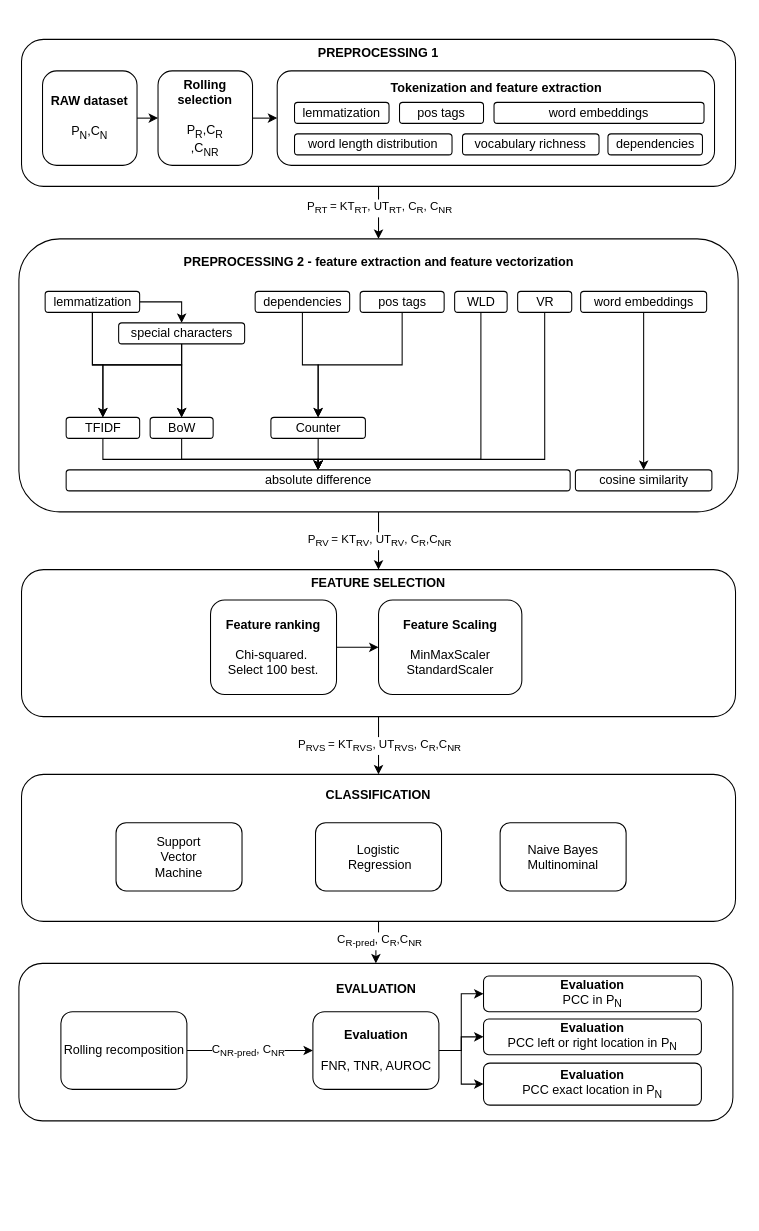
Earlier version of the draw.io diagram Untitled Diagram.drawio (lassemik-stud/Master). Source tidied: cells renumbered, new cells numbered last; positions are measured from the earlier drawing's top-left corner, leaving out a move shared by most shapes. Both pictures are drawn from the tidied source at 105%, with x=0, y=0 at pixel (19, 39).
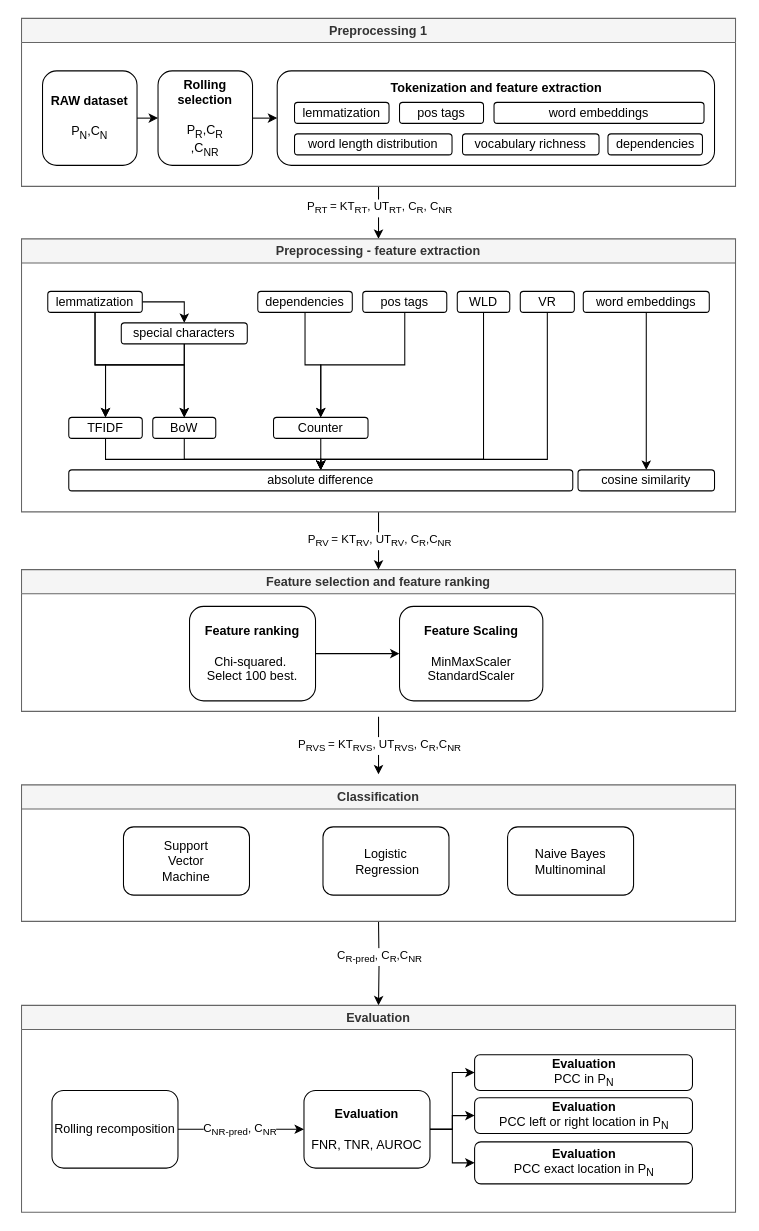
The same page after the edit.

The edit, as a diff of the source:
```diff
@@
-    <mxCell id="2" style="edgeStyle=orthogonalEdgeStyle;rounded=0;jettySize=auto;html=1;exitX=0.5;exitY=1;exitDx=0;exitDy=0;entryX=0.5;entryY=0;entryDx=0;entryDy=0;" parent="1" edge="1" source="4" target="19">
-      <mxGeometry relative="1" as="geometry" />
+    <mxCell id="2" style="edgeStyle=orthogonalEdgeStyle;rounded=0;jettySize=auto;html=1;entryX=0.5;entryY=0;entryDx=0;entryDy=0;exitX=0.5;exitY=1;exitDx=0;exitDy=0;" parent="1" edge="1" source="72">
+      <mxGeometry relative="1" as="geometry">
+        <mxPoint x="342" y="190" as="targetPoint" />
+      </mxGeometry>
     </mxCell>
@@
-    <mxCell id="4" value="&lt;div align=&quot;center&quot;&gt;&lt;b&gt;PREPROCESSING 1&lt;br&gt;&lt;/b&gt;&lt;/div&gt;&lt;div align=&quot;center&quot;&gt;&lt;b&gt;&lt;br&gt;&lt;/b&gt;&lt;/div&gt;&lt;div align=&quot;center&quot;&gt;&lt;b&gt;&lt;br&gt;&lt;/b&gt;&lt;/div&gt;&lt;div align=&quot;center&quot;&gt;&lt;b&gt;&lt;br&gt;&lt;/b&gt;&lt;/div&gt;&lt;div align=&quot;center&quot;&gt;&lt;b&gt;&lt;br&gt;&lt;/b&gt;&lt;/div&gt;&lt;div&gt;&lt;b&gt;&lt;br&gt;&lt;/b&gt;&lt;/div&gt;&lt;div&gt;&lt;b&gt;&lt;br&gt;&lt;/b&gt;&lt;/div&gt;&lt;div&gt;&lt;b&gt;&lt;br&gt;&lt;/b&gt;&lt;/div&gt;&lt;div&gt;&lt;b&gt;&lt;br&gt;&lt;/b&gt;&lt;/div&gt;" style="rounded=1;whiteSpace=wrap;html=1;" parent="1" vertex="1">
-      <mxGeometry x="2" width="680" height="140" as="geometry" />
-    </mxCell>
@@
-    <mxCell id="16" style="edgeStyle=orthogonalEdgeStyle;rounded=0;jettySize=auto;html=1;exitX=0.5;exitY=1;exitDx=0;exitDy=0;entryX=0.5;entryY=0;entryDx=0;entryDy=0;" parent="1" edge="1" source="19" target="46">
-      <mxGeometry relative="1" as="geometry" />
+    <mxCell id="16" style="edgeStyle=orthogonalEdgeStyle;rounded=0;orthogonalLoop=1;jettySize=auto;html=1;exitX=0.5;exitY=1;exitDx=0;exitDy=0;entryX=0.5;entryY=0;entryDx=0;entryDy=0;" parent="1" edge="1">
+      <mxGeometry relative="1" as="geometry">
+        <mxPoint x="342" y="450" as="sourcePoint" />
+        <mxPoint x="342" y="505" as="targetPoint" />
+      </mxGeometry>
     </mxCell>
@@
     <mxCell id="18" style="group;" parent="1" vertex="1">
-      <mxGeometry x="-0.5" y="190" width="685" height="260" as="geometry" />
+      <mxGeometry x="2" y="190" width="685" height="260" as="geometry" />
     </mxCell>
-    <mxCell id="19" value="&lt;div&gt;&lt;b&gt;PREPROCESSING 2 - feature extraction and feature vectorization&lt;br&gt;&lt;/b&gt;&lt;/div&gt;&lt;div&gt;&lt;b&gt;&lt;br&gt;&lt;/b&gt;&lt;/div&gt;&lt;div&gt;&lt;b&gt;&lt;br&gt;&lt;/b&gt;&lt;/div&gt;&lt;div&gt;&lt;b&gt;&lt;br&gt;&lt;/b&gt;&lt;/div&gt;&lt;div&gt;&lt;b&gt;&lt;br&gt;&lt;/b&gt;&lt;/div&gt;&lt;div&gt;&lt;b&gt;&lt;br&gt;&lt;/b&gt;&lt;/div&gt;&lt;div&gt;&lt;b&gt;&lt;br&gt;&lt;/b&gt;&lt;/div&gt;&lt;div&gt;&lt;b&gt;&lt;br&gt;&lt;/b&gt;&lt;/div&gt;&lt;div&gt;&lt;b&gt;&lt;br&gt;&lt;/b&gt;&lt;/div&gt;&lt;div&gt;&lt;b&gt;&lt;br&gt;&lt;/b&gt;&lt;/div&gt;&lt;div&gt;&lt;b&gt;&lt;br&gt;&lt;/b&gt;&lt;/div&gt;&lt;div&gt;&lt;b&gt;&lt;br&gt;&lt;/b&gt;&lt;/div&gt;&lt;div&gt;&lt;b&gt;&lt;br&gt;&lt;/b&gt;&lt;/div&gt;&lt;div&gt;&lt;b&gt;&lt;br&gt;&lt;/b&gt;&lt;/div&gt;&lt;div&gt;&lt;b&gt;&lt;br&gt;&lt;/b&gt;&lt;/div&gt;&lt;div&gt;&lt;b&gt;&lt;br&gt;&lt;/b&gt;&lt;/div&gt;" style="rounded=1;whiteSpace=wrap;html=1;" parent="18" vertex="1">
-      <mxGeometry width="685" height="260" as="geometry" />
-    </mxCell>
@@
-    <mxCell id="45" style="group;" parent="1" vertex="1">
-      <mxGeometry x="2" y="505" width="680" height="140" as="geometry" />
-    </mxCell>
-    <mxCell id="46" value="&lt;div align=&quot;center&quot;&gt;&lt;b&gt;FEATURE SELECTION&lt;br&gt;&lt;/b&gt;&lt;/div&gt;&lt;div align=&quot;center&quot;&gt;&lt;b&gt;&lt;br&gt;&lt;/b&gt;&lt;/div&gt;&lt;div align=&quot;center&quot;&gt;&lt;b&gt;&lt;br&gt;&lt;/b&gt;&lt;/div&gt;&lt;div align=&quot;center&quot;&gt;&lt;b&gt;&lt;br&gt;&lt;/b&gt;&lt;/div&gt;&lt;div align=&quot;center&quot;&gt;&lt;b&gt;&lt;br&gt;&lt;/b&gt;&lt;/div&gt;&lt;div&gt;&lt;b&gt;&lt;br&gt;&lt;/b&gt;&lt;/div&gt;&lt;div&gt;&lt;b&gt;&lt;br&gt;&lt;/b&gt;&lt;/div&gt;&lt;div&gt;&lt;b&gt;&lt;br&gt;&lt;/b&gt;&lt;/div&gt;&lt;div&gt;&lt;b&gt;&lt;br&gt;&lt;/b&gt;&lt;/div&gt;" style="rounded=1;whiteSpace=wrap;html=1;" parent="45" vertex="1">
-      <mxGeometry width="680" height="140" as="geometry" />
-    </mxCell>
-    <mxCell id="47" style="edgeStyle=orthogonalEdgeStyle;rounded=0;jettySize=auto;html=1;exitX=1;exitY=0.5;exitDx=0;exitDy=0;entryX=0;entryY=0.5;entryDx=0;entryDy=0;" parent="45" edge="1" source="48" target="49">
-      <mxGeometry relative="1" as="geometry" />
-    </mxCell>
+    <mxCell id="71" value="Preprocessing - feature extraction" style="swimlane;whiteSpace=wrap;html=1;fillColor=#f5f5f5;fontColor=#333333;strokeColor=#666666;" parent="18" vertex="1">
+      <mxGeometry width="680" height="260" as="geometry" />
+    </mxCell>
+    <mxCell id="55" style="edgeStyle=orthogonalEdgeStyle;rounded=0;orthogonalLoop=1;jettySize=auto;html=1;exitX=0.5;exitY=1;exitDx=0;exitDy=0;entryX=0.5;entryY=0;entryDx=0;entryDy=0;" parent="1" edge="1">
+      <mxGeometry relative="1" as="geometry">
+        <mxPoint x="342" y="645" as="sourcePoint" />
+        <mxPoint x="342" y="700" as="targetPoint" />
+      </mxGeometry>
+    </mxCell>
+    <mxCell id="56" value="P&lt;sub&gt;RVS &lt;/sub&gt;= KT&lt;sub&gt;RVS&lt;/sub&gt;, UT&lt;sub&gt;RVS&lt;/sub&gt;, C&lt;sub&gt;R&lt;/sub&gt;,C&lt;sub&gt;NR&lt;/sub&gt;" style="edgeLabel;html=1;align=center;verticalAlign=middle;" parent="55" vertex="1">
+      <mxGeometry x="-0.02" relative="1" as="geometry" />
+    </mxCell>
+    <mxCell id="69" style="edgeStyle=orthogonalEdgeStyle;rounded=0;jettySize=auto;html=1;exitX=0.5;exitY=1;exitDx=0;exitDy=0;entryX=0.5;entryY=0;entryDx=0;entryDy=0;" parent="1" edge="1" target="75">
+      <mxGeometry relative="1" as="geometry">
+        <mxPoint x="342" y="840" as="sourcePoint" />
+      </mxGeometry>
+    </mxCell>
+    <mxCell id="70" value="C&lt;sub&gt;R-pred&lt;/sub&gt;, C&lt;sub&gt;R&lt;/sub&gt;,C&lt;sub&gt;NR&lt;/sub&gt;" style="edgeLabel;html=1;align=center;verticalAlign=middle;" parent="69" vertex="1">
+      <mxGeometry x="-0.15" relative="1" as="geometry" />
+    </mxCell>
+    <mxCell id="72" value="Preprocessing 1" style="swimlane;whiteSpace=wrap;html=1;startSize=23;fillColor=#f5f5f5;fontColor=#333333;strokeColor=#666666;" parent="1" vertex="1">
+      <mxGeometry x="2" y="-20" width="680" height="160" as="geometry" />
+    </mxCell>
+    <mxCell id="73" value="Feature selection and feature ranking" style="swimlane;whiteSpace=wrap;html=1;fillColor=#f5f5f5;fontColor=#333333;strokeColor=#666666;" parent="1" vertex="1">
+      <mxGeometry x="2" y="505" width="680" height="135" as="geometry" />
+    </mxCell>
-    <mxCell id="48" value="&lt;div&gt;&lt;b&gt;Feature ranking&lt;/b&gt;&lt;br&gt;&lt;/div&gt;&lt;div&gt;&lt;br&gt;&lt;/div&gt;&lt;div&gt;Chi-squared.&amp;nbsp;&lt;/div&gt;&lt;div&gt;Select 100 best.&lt;br&gt;&lt;/div&gt;" style="rounded=1;whiteSpace=wrap;html=1;" parent="45" vertex="1">
-      <mxGeometry x="180" y="29" width="120" height="90" as="geometry" />
+    <mxCell id="48" value="&lt;div&gt;&lt;b&gt;Feature ranking&lt;/b&gt;&lt;br&gt;&lt;/div&gt;&lt;div&gt;&lt;br&gt;&lt;/div&gt;&lt;div&gt;Chi-squared.&amp;nbsp;&lt;/div&gt;&lt;div&gt;Select 100 best.&lt;br&gt;&lt;/div&gt;" style="rounded=1;whiteSpace=wrap;html=1;" parent="73" vertex="1">
+      <mxGeometry x="160" y="35" width="120" height="90" as="geometry" />
     </mxCell>
-    <mxCell id="49" value="&lt;div&gt;&lt;b&gt;Feature Scaling&lt;/b&gt;&lt;br&gt;&lt;/div&gt;&lt;div&gt;&lt;br&gt;&lt;/div&gt;&lt;div&gt;MinMaxScaler&lt;/div&gt;&lt;div&gt;StandardScaler&lt;br&gt;&lt;/div&gt;" style="rounded=1;whiteSpace=wrap;html=1;" parent="45" vertex="1">
-      <mxGeometry x="340" y="29" width="136.5" height="90" as="geometry" />
+    <mxCell id="49" value="&lt;div&gt;&lt;b&gt;Feature Scaling&lt;/b&gt;&lt;br&gt;&lt;/div&gt;&lt;div&gt;&lt;br&gt;&lt;/div&gt;&lt;div&gt;MinMaxScaler&lt;/div&gt;&lt;div&gt;StandardScaler&lt;br&gt;&lt;/div&gt;" style="rounded=1;whiteSpace=wrap;html=1;" parent="73" vertex="1">
+      <mxGeometry x="360" y="35" width="136.5" height="90" as="geometry" />
     </mxCell>
-    <mxCell id="50" style="group;" parent="1" vertex="1">
-      <mxGeometry x="2" y="700" width="680" height="140" as="geometry" />
-    </mxCell>
-    <mxCell id="51" value="&lt;div&gt;&lt;b&gt;CLASSIFICATION&lt;/b&gt;&lt;/div&gt;&lt;div&gt;&lt;br&gt;&lt;/div&gt;&lt;div&gt;&lt;br&gt;&lt;/div&gt;&lt;div&gt;&lt;br&gt;&lt;/div&gt;&lt;div&gt;&lt;br&gt;&lt;/div&gt;&lt;div&gt;&lt;br&gt;&lt;/div&gt;&lt;div&gt;&lt;br&gt;&lt;/div&gt;&lt;div&gt;&lt;br&gt;&lt;/div&gt;" style="rounded=1;whiteSpace=wrap;html=1;" parent="50" vertex="1">
-      <mxGeometry width="680" height="140" as="geometry" />
-    </mxCell>
+    <mxCell id="47" style="edgeStyle=orthogonalEdgeStyle;rounded=0;jettySize=auto;html=1;exitX=1;exitY=0.5;exitDx=0;exitDy=0;entryX=0;entryY=0.5;entryDx=0;entryDy=0;" parent="73" edge="1" source="48" target="49">
+      <mxGeometry relative="1" as="geometry" />
+    </mxCell>
+    <mxCell id="74" value="Classification" style="swimlane;whiteSpace=wrap;html=1;fillColor=#f5f5f5;fontColor=#333333;strokeColor=#666666;" parent="1" vertex="1">
+      <mxGeometry x="2" y="710" width="680" height="130" as="geometry" />
+    </mxCell>
-    <mxCell id="52" value="&lt;div&gt;Support&lt;/div&gt;&lt;div&gt;Vector&lt;/div&gt;&lt;div&gt;Machine&lt;/div&gt;" style="rounded=1;whiteSpace=wrap;html=1;" parent="50" vertex="1">
-      <mxGeometry x="90" y="46" width="120" height="65" as="geometry" />
+    <mxCell id="52" value="&lt;div&gt;Support&lt;/div&gt;&lt;div&gt;Vector&lt;/div&gt;&lt;div&gt;Machine&lt;/div&gt;" style="rounded=1;whiteSpace=wrap;html=1;" parent="74" vertex="1">
+      <mxGeometry x="97.1" y="40" width="120" height="65" as="geometry" />
     </mxCell>
-    <mxCell id="53" value="&lt;div&gt;Logistic&lt;/div&gt;&lt;div&gt;&amp;nbsp;Regression&lt;/div&gt;" style="rounded=1;whiteSpace=wrap;html=1;" parent="50" vertex="1">
-      <mxGeometry x="280" y="46" width="120" height="65" as="geometry" />
+    <mxCell id="53" value="&lt;div&gt;Logistic&lt;/div&gt;&lt;div&gt;&amp;nbsp;Regression&lt;/div&gt;" style="rounded=1;whiteSpace=wrap;html=1;" parent="74" vertex="1">
+      <mxGeometry x="287.1" y="40" width="120" height="65" as="geometry" />
     </mxCell>
-    <mxCell id="54" value="&lt;div&gt;Naive Bayes&lt;/div&gt;&lt;div&gt;Multinominal&lt;br&gt;&lt;/div&gt;" style="rounded=1;whiteSpace=wrap;html=1;" parent="50" vertex="1">
-      <mxGeometry x="455.8" y="46" width="120" height="65" as="geometry" />
+    <mxCell id="54" value="&lt;div&gt;Naive Bayes&lt;/div&gt;&lt;div&gt;Multinominal&lt;br&gt;&lt;/div&gt;" style="rounded=1;whiteSpace=wrap;html=1;" parent="74" vertex="1">
+      <mxGeometry x="462.9" y="40" width="120" height="65" as="geometry" />
     </mxCell>
-    <mxCell id="55" style="edgeStyle=orthogonalEdgeStyle;rounded=0;jettySize=auto;html=1;exitX=0.5;exitY=1;exitDx=0;exitDy=0;entryX=0.5;entryY=0;entryDx=0;entryDy=0;" parent="1" edge="1" source="46" target="51">
-      <mxGeometry relative="1" as="geometry" />
-    </mxCell>
-    <mxCell id="56" value="P&lt;sub&gt;RVS &lt;/sub&gt;= KT&lt;sub&gt;RVS&lt;/sub&gt;, UT&lt;sub&gt;RVS&lt;/sub&gt;, C&lt;sub&gt;R&lt;/sub&gt;,C&lt;sub&gt;NR&lt;/sub&gt;" style="edgeLabel;html=1;align=center;verticalAlign=middle;" parent="55" vertex="1">
-      <mxGeometry x="-0.02" relative="1" as="geometry" />
-    </mxCell>
-    <mxCell id="57" style="group;" parent="1" vertex="1">
-      <mxGeometry x="-0.5" y="880" width="680" height="173" as="geometry" />
-    </mxCell>
-    <mxCell id="58" value="&lt;div&gt;&lt;b&gt;EVALUATION&lt;/b&gt;&lt;/div&gt;&lt;div&gt;&lt;b&gt;&lt;br&gt;&lt;/b&gt;&lt;/div&gt;&lt;div&gt;&lt;b&gt;&lt;br&gt;&lt;/b&gt;&lt;/div&gt;&lt;div&gt;&lt;b&gt;&lt;br&gt;&lt;/b&gt;&lt;/div&gt;&lt;div&gt;&lt;b&gt;&lt;br&gt;&lt;/b&gt;&lt;/div&gt;&lt;div&gt;&lt;b&gt;&lt;br&gt;&lt;/b&gt;&lt;/div&gt;&lt;div&gt;&lt;b&gt;&lt;br&gt;&lt;/b&gt;&lt;/div&gt;&lt;div&gt;&lt;b&gt;&lt;br&gt;&lt;/b&gt;&lt;/div&gt;" style="rounded=1;whiteSpace=wrap;html=1;" parent="57" vertex="1">
-      <mxGeometry width="680" height="150" as="geometry" />
-    </mxCell>
-    <mxCell id="59" style="edgeStyle=orthogonalEdgeStyle;rounded=0;jettySize=auto;html=1;entryX=0;entryY=0.5;entryDx=0;entryDy=0;" parent="57" edge="1" source="61" target="65">
-      <mxGeometry relative="1" as="geometry" />
-    </mxCell>
-    <mxCell id="60" value="C&lt;sub&gt;NR-pred&lt;/sub&gt;, C&lt;sub&gt;NR&lt;/sub&gt;" style="edgeLabel;html=1;align=center;verticalAlign=middle;" parent="59" vertex="1">
-      <mxGeometry x="-0.22" relative="1" as="geometry">
-        <mxPoint x="11" as="offset" />
-      </mxGeometry>
-    </mxCell>
+    <mxCell id="75" value="Evaluation" style="swimlane;whiteSpace=wrap;html=1;fillColor=#f5f5f5;fontColor=#333333;strokeColor=#666666;" parent="1" vertex="1">
+      <mxGeometry x="2" y="920" width="680" height="197" as="geometry" />
+    </mxCell>
-    <mxCell id="61" value="Rolling recomposition" style="rounded=1;whiteSpace=wrap;html=1;" parent="57" vertex="1">
-      <mxGeometry x="40" y="46" width="120" height="74" as="geometry" />
+    <mxCell id="61" value="Rolling recomposition" style="rounded=1;whiteSpace=wrap;html=1;" parent="75" vertex="1">
+      <mxGeometry x="29" y="81" width="120" height="74" as="geometry" />
     </mxCell>
-    <mxCell id="62" style="edgeStyle=orthogonalEdgeStyle;rounded=0;jettySize=auto;html=1;entryX=0;entryY=0.5;entryDx=0;entryDy=0;" parent="57" edge="1" source="65" target="66">
-      <mxGeometry relative="1" as="geometry" />
-    </mxCell>
-    <mxCell id="63" style="edgeStyle=orthogonalEdgeStyle;rounded=0;jettySize=auto;html=1;entryX=0;entryY=0.5;entryDx=0;entryDy=0;" parent="57" edge="1" source="65" target="67">
-      <mxGeometry relative="1" as="geometry" />
-    </mxCell>
-    <mxCell id="64" style="edgeStyle=orthogonalEdgeStyle;rounded=0;jettySize=auto;html=1;entryX=0;entryY=0.5;entryDx=0;entryDy=0;" parent="57" edge="1" source="65" target="68">
-      <mxGeometry relative="1" as="geometry" />
-    </mxCell>
-    <mxCell id="65" value="&lt;div&gt;&lt;b&gt;Evaluation&lt;/b&gt;&lt;/div&gt;&lt;div&gt;&lt;b&gt;&lt;br&gt;&lt;/b&gt;&lt;/div&gt;&lt;div&gt;FNR, TNR, AUROC&lt;br&gt;&lt;/div&gt;" style="rounded=1;whiteSpace=wrap;html=1;" parent="57" vertex="1">
-      <mxGeometry x="280" y="46" width="120" height="74" as="geometry" />
+    <mxCell id="65" value="&lt;div&gt;&lt;b&gt;Evaluation&lt;/b&gt;&lt;/div&gt;&lt;div&gt;&lt;b&gt;&lt;br&gt;&lt;/b&gt;&lt;/div&gt;&lt;div&gt;FNR, TNR, AUROC&lt;br&gt;&lt;/div&gt;" style="rounded=1;whiteSpace=wrap;html=1;" parent="75" vertex="1">
+      <mxGeometry x="269" y="81" width="120" height="74" as="geometry" />
     </mxCell>
-    <mxCell id="66" value="&lt;div&gt;&lt;b&gt;Evaluation&lt;/b&gt;&lt;/div&gt;&lt;div&gt;PCC in P&lt;sub&gt;N&lt;/sub&gt;&lt;br&gt;&lt;/div&gt;" style="rounded=1;whiteSpace=wrap;html=1;" parent="57" vertex="1">
-      <mxGeometry x="442.5" y="12" width="207.5" height="34" as="geometry" />
+    <mxCell id="66" value="&lt;div&gt;&lt;b&gt;Evaluation&lt;/b&gt;&lt;/div&gt;&lt;div&gt;PCC in P&lt;sub&gt;N&lt;/sub&gt;&lt;br&gt;&lt;/div&gt;" style="rounded=1;whiteSpace=wrap;html=1;" parent="75" vertex="1">
+      <mxGeometry x="431.5" y="47" width="207.5" height="34" as="geometry" />
     </mxCell>
-    <mxCell id="67" value="&lt;div&gt;&lt;b&gt;Evaluation&lt;/b&gt;&lt;/div&gt;&lt;div&gt;PCC left or right location in P&lt;sub&gt;N&lt;/sub&gt;&lt;br&gt;&lt;/div&gt;" style="rounded=1;whiteSpace=wrap;html=1;" parent="57" vertex="1">
-      <mxGeometry x="442.5" y="53" width="207.5" height="34" as="geometry" />
+    <mxCell id="67" value="&lt;div&gt;&lt;b&gt;Evaluation&lt;/b&gt;&lt;/div&gt;&lt;div&gt;PCC left or right location in P&lt;sub&gt;N&lt;/sub&gt;&lt;br&gt;&lt;/div&gt;" style="rounded=1;whiteSpace=wrap;html=1;" parent="75" vertex="1">
+      <mxGeometry x="431.5" y="88" width="207.5" height="34" as="geometry" />
     </mxCell>
-    <mxCell id="68" value="&lt;div&gt;&lt;b&gt;Evaluation&lt;/b&gt;&lt;/div&gt;&lt;div&gt;PCC exact location in P&lt;sub&gt;N&lt;/sub&gt;&lt;br&gt;&lt;/div&gt;" style="rounded=1;whiteSpace=wrap;html=1;" parent="57" vertex="1">
-      <mxGeometry x="442.5" y="95" width="207.5" height="40" as="geometry" />
+    <mxCell id="68" value="&lt;div&gt;&lt;b&gt;Evaluation&lt;/b&gt;&lt;/div&gt;&lt;div&gt;PCC exact location in P&lt;sub&gt;N&lt;/sub&gt;&lt;br&gt;&lt;/div&gt;" style="rounded=1;whiteSpace=wrap;html=1;" parent="75" vertex="1">
+      <mxGeometry x="431.5" y="130" width="207.5" height="40" as="geometry" />
     </mxCell>
-    <mxCell id="69" style="edgeStyle=orthogonalEdgeStyle;rounded=0;jettySize=auto;html=1;exitX=0.5;exitY=1;exitDx=0;exitDy=0;" parent="1" edge="1" source="51" target="58">
-      <mxGeometry relative="1" as="geometry" />
-    </mxCell>
-    <mxCell id="70" value="C&lt;sub&gt;R-pred&lt;/sub&gt;, C&lt;sub&gt;R&lt;/sub&gt;,C&lt;sub&gt;NR&lt;/sub&gt;" style="edgeLabel;html=1;align=center;verticalAlign=middle;" parent="69" vertex="1">
-      <mxGeometry x="-0.15" relative="1" as="geometry" />
-    </mxCell>
+    <mxCell id="59" style="edgeStyle=orthogonalEdgeStyle;rounded=0;jettySize=auto;html=1;entryX=0;entryY=0.5;entryDx=0;entryDy=0;" parent="75" edge="1" source="61" target="65">
+      <mxGeometry relative="1" as="geometry" />
+    </mxCell>
+    <mxCell id="60" value="C&lt;sub&gt;NR-pred&lt;/sub&gt;, C&lt;sub&gt;NR&lt;/sub&gt;" style="edgeLabel;html=1;align=center;verticalAlign=middle;" parent="59" vertex="1">
+      <mxGeometry x="-0.22" relative="1" as="geometry">
+        <mxPoint x="11" as="offset" />
+      </mxGeometry>
+    </mxCell>
+    <mxCell id="64" style="edgeStyle=orthogonalEdgeStyle;rounded=0;jettySize=auto;html=1;entryX=0;entryY=0.5;entryDx=0;entryDy=0;" parent="75" edge="1" source="65" target="68">
+      <mxGeometry relative="1" as="geometry" />
+    </mxCell>
+    <mxCell id="63" style="edgeStyle=orthogonalEdgeStyle;rounded=0;jettySize=auto;html=1;entryX=0;entryY=0.5;entryDx=0;entryDy=0;" parent="75" edge="1" source="65" target="67">
+      <mxGeometry relative="1" as="geometry" />
+    </mxCell>
+    <mxCell id="62" style="edgeStyle=orthogonalEdgeStyle;rounded=0;jettySize=auto;html=1;entryX=0;entryY=0.5;entryDx=0;entryDy=0;" parent="75" edge="1" source="65" target="66">
+      <mxGeometry relative="1" as="geometry" />
+    </mxCell>
```
